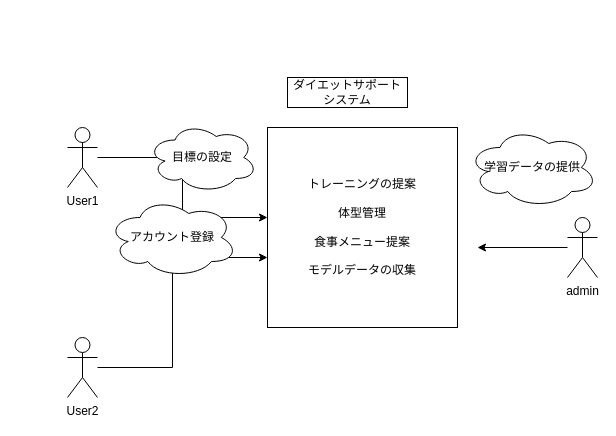
Earlier version of the draw.io diagram tech_present_sudo.drawio (usamaru0606/tech_present_2025). Source tidied: cells renumbered, new cells numbered last; positions are measured from the earlier drawing's top-left corner, leaving out a move shared by most shapes. Both pictures are drawn from the tidied source at 100%, with x=0, y=0 at pixel (67, 77).
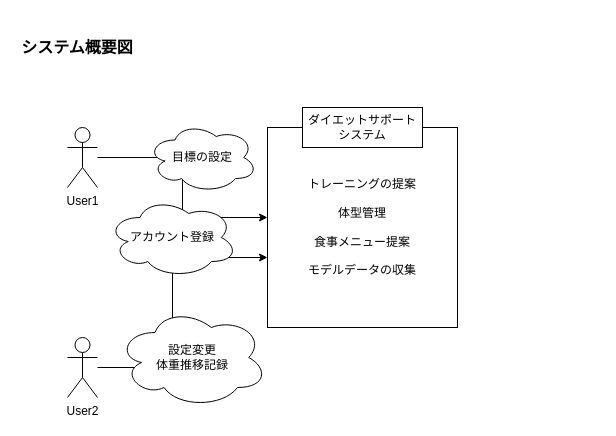
The same page after the edit.

Commit message (it also covers changes not shown here):
システム概要図更新

Diff of the diagram source:
```diff
@@
 <mxGraphModel>
   <root>
     <mxCell id="0" />
     <mxCell id="1" parent="0" />
     <mxCell id="2" value="User1" style="shape=umlActor;verticalLabelPosition=bottom;verticalAlign=top;html=1;outlineConnect=0;" parent="1" vertex="1">
       <mxGeometry y="50" width="30" height="60" as="geometry" />
     </mxCell>
-    <mxCell id="3" style="edgeStyle=orthogonalEdgeStyle;rounded=0;jettySize=auto;html=1;" parent="1" edge="1" source="4">
-      <mxGeometry relative="1" as="geometry">
-        <mxPoint x="410" y="170" as="targetPoint" />
-      </mxGeometry>
-    </mxCell>
-    <mxCell id="4" value="admin" style="shape=umlActor;verticalLabelPosition=bottom;verticalAlign=top;html=1;outlineConnect=0;" parent="1" vertex="1">
-      <mxGeometry x="500" y="140" width="30" height="60" as="geometry" />
-    </mxCell>
     <mxCell id="5" style="edgeStyle=orthogonalEdgeStyle;rounded=0;jettySize=auto;html=1;" parent="1" edge="1" source="6" target="7">
       <mxGeometry relative="1" as="geometry">
         <Array as="points">
           <mxPoint x="105" y="290" />
           <mxPoint x="105" y="180" />
         </Array>
       </mxGeometry>
     </mxCell>
     <mxCell id="6" value="User2" style="shape=umlActor;verticalLabelPosition=bottom;verticalAlign=top;html=1;outlineConnect=0;" parent="1" vertex="1">
       <mxGeometry y="260" width="30" height="60" as="geometry" />
     </mxCell>
     <mxCell id="7" value="トレーニングの提案&lt;div&gt;&lt;br&gt;&lt;/div&gt;&lt;div&gt;体型管理&lt;/div&gt;&lt;div&gt;&lt;br&gt;&lt;/div&gt;&lt;div&gt;食事メニュー提案&lt;/div&gt;&lt;div&gt;&lt;br&gt;&lt;/div&gt;&lt;div&gt;モデルデータの収集&lt;/div&gt;" style="rounded=0;whiteSpace=wrap;html=1;" parent="1" vertex="1">
       <mxGeometry x="200" y="50" width="190" height="200" as="geometry" />
     </mxCell>
     <mxCell id="8" value="ダイエットサポート&lt;div&gt;システム&lt;/div&gt;" style="rounded=0;whiteSpace=wrap;html=1;" parent="1" vertex="1">
-      <mxGeometry x="220" width="120" height="30" as="geometry" />
+      <mxGeometry x="235" y="30" width="120" height="40" as="geometry" />
     </mxCell>
     <mxCell id="9" style="edgeStyle=orthogonalEdgeStyle;rounded=0;jettySize=auto;html=1;entryX=0;entryY=0.45;entryDx=0;entryDy=0;entryPerimeter=0;" parent="1" edge="1" source="2" target="7">
       <mxGeometry relative="1" as="geometry" />
     </mxCell>
     <mxCell id="10" value="目標の設定" style="ellipse;shape=cloud;whiteSpace=wrap;html=1;" parent="1" vertex="1">
       <mxGeometry x="80" y="45" width="110" height="70" as="geometry" />
     </mxCell>
     <mxCell id="11" value="アカウント登録" style="ellipse;shape=cloud;whiteSpace=wrap;html=1;" parent="1" vertex="1">
       <mxGeometry x="40" y="120" width="130" height="80" as="geometry" />
     </mxCell>
-    <mxCell id="12" value="学習データの提供" style="ellipse;shape=cloud;whiteSpace=wrap;html=1;" parent="1" vertex="1">
-      <mxGeometry x="400" y="50" width="130" height="80" as="geometry" />
-    </mxCell>
+    <mxCell id="13" value="&lt;font style=&quot;font-size: 16px;&quot;&gt;&lt;b style=&quot;&quot;&gt;システム概要図&lt;/b&gt;&lt;/font&gt;" style="text;html=1;align=center;verticalAlign=middle;whiteSpace=wrap;rounded=0;" parent="1" vertex="1">
+      <mxGeometry x="-50" y="-60" width="120" height="60" as="geometry" />
+    </mxCell>
+    <mxCell id="14" value="設定変更&lt;div&gt;体重推移記録&lt;/div&gt;" style="ellipse;shape=cloud;whiteSpace=wrap;html=1;" parent="1" vertex="1">
+      <mxGeometry x="50" y="230" width="150" height="100" as="geometry" />
+    </mxCell>
   </root>
 </mxGraphModel>
```
